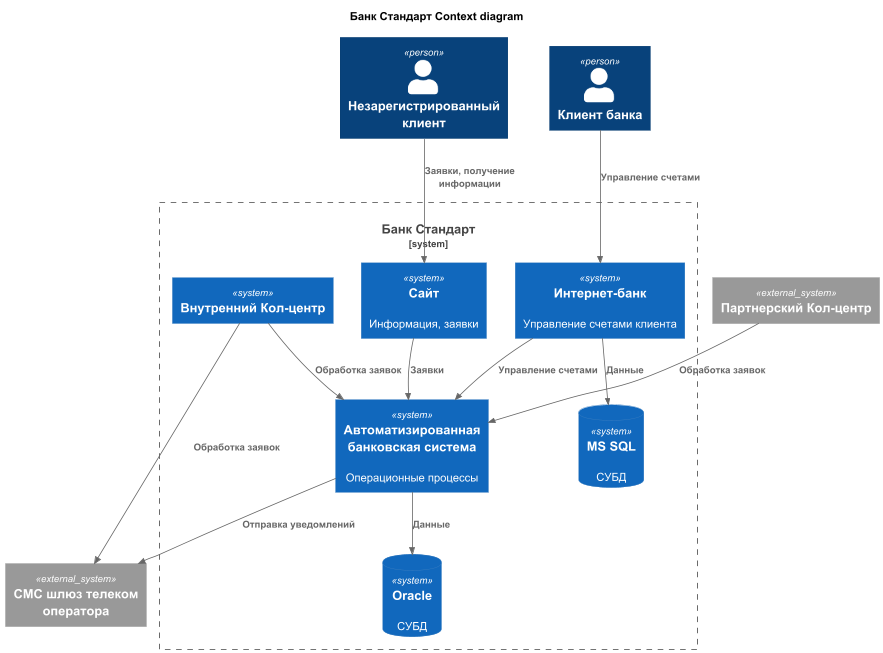
This is Task3/Context-__Context_diagram.png from AntonVolkov71/architecture-pro-standart, a PlantUML export, as it was before one commit. Source of this version:
```plantuml
@startuml
title Банк Стандарт Context diagram

top to bottom direction
!include ./lib/C4_Context.puml

Person(ClientNoneAuth, "Незарегистрированный клиент" )
Person(Client, "Клиент банка" )

System_Ext(SmsGateway, "СМС шлюз телеком оператора")
System_Ext(CallCentreOut, "Партнерский Кол-центр")

System_Boundary(BankStandard, "Банк Стандарт") {
    System(Site, "Сайт", "Информация, заявки")
    System(InternetBank, "Интернет-банк", "Управление счетами клиента")
    SystemDb(DBMS_IB, "MS SQL", "СУБД")
    System(ABS, "Автоматизированная банковская система", "Операционные процессы")
    System(CallCentre, "Внутренний Кол-центр")
    SystemDb(DBMS_ABS, "Oracle", "СУБД")
}

Rel(ClientNoneAuth, Site, "Заявки, получение информации")
Rel(Client, InternetBank, "Управление счетами")
Rel(Site, ABS, "Заявки")
Rel(InternetBank, ABS, "Управление счетами")
Rel(InternetBank, DBMS_IB, "Данные")
Rel(ABS, DBMS_ABS, "Данные")
Rel(CallCentre, ABS, "Обработка заявок")
Rel(CallCentre, SmsGateway, "Обработка заявок")
Rel(CallCentreOut, ABS, "Обработка заявок")
Rel(ABS, SmsGateway, "Отправка уведомлений")
@enduml
```
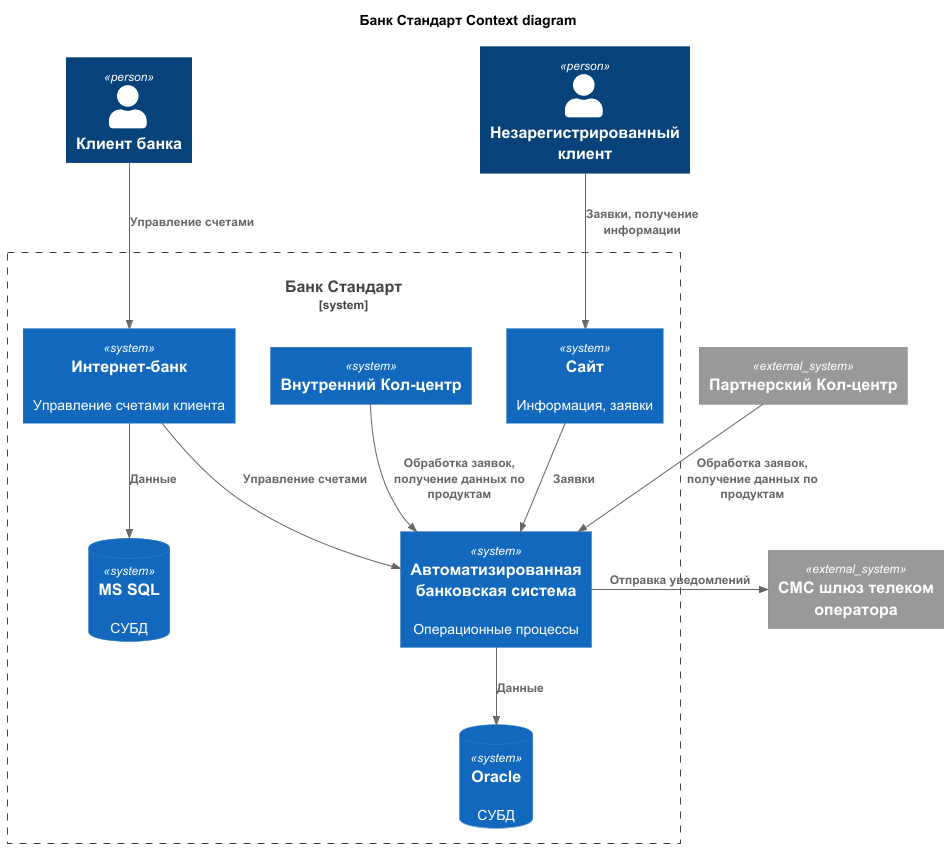
Later version of the same file.

Change to the diagram source:
```diff
@@ -12,11 +12,14 @@
 
 System_Boundary(BankStandard, "Банк Стандарт") {
     System(Site, "Сайт", "Информация, заявки")
+
     System(InternetBank, "Интернет-банк", "Управление счетами клиента")
     SystemDb(DBMS_IB, "MS SQL", "СУБД")
+
     System(ABS, "Автоматизированная банковская система", "Операционные процессы")
+    SystemDb(DBMS_ABS, "Oracle", "СУБД")
+
     System(CallCentre, "Внутренний Кол-центр")
-    SystemDb(DBMS_ABS, "Oracle", "СУБД")
 }
 
 Rel(ClientNoneAuth, Site, "Заявки, получение информации")
@@ -25,8 +28,7 @@
 Rel(InternetBank, ABS, "Управление счетами")
 Rel(InternetBank, DBMS_IB, "Данные")
 Rel(ABS, DBMS_ABS, "Данные")
-Rel(CallCentre, ABS, "Обработка заявок")
-Rel(CallCentre, SmsGateway, "Обработка заявок")
-Rel(CallCentreOut, ABS, "Обработка заявок")
-Rel(ABS, SmsGateway, "Отправка уведомлений")
+Rel(CallCentre, ABS, "Обработка заявок, получение данных по продуктам")
+Rel(CallCentreOut, ABS, "Обработка заявок, получение данных по продуктам")
+Rel_Neighbor(ABS, SmsGateway, "Отправка уведомлений")
 @enduml
```
